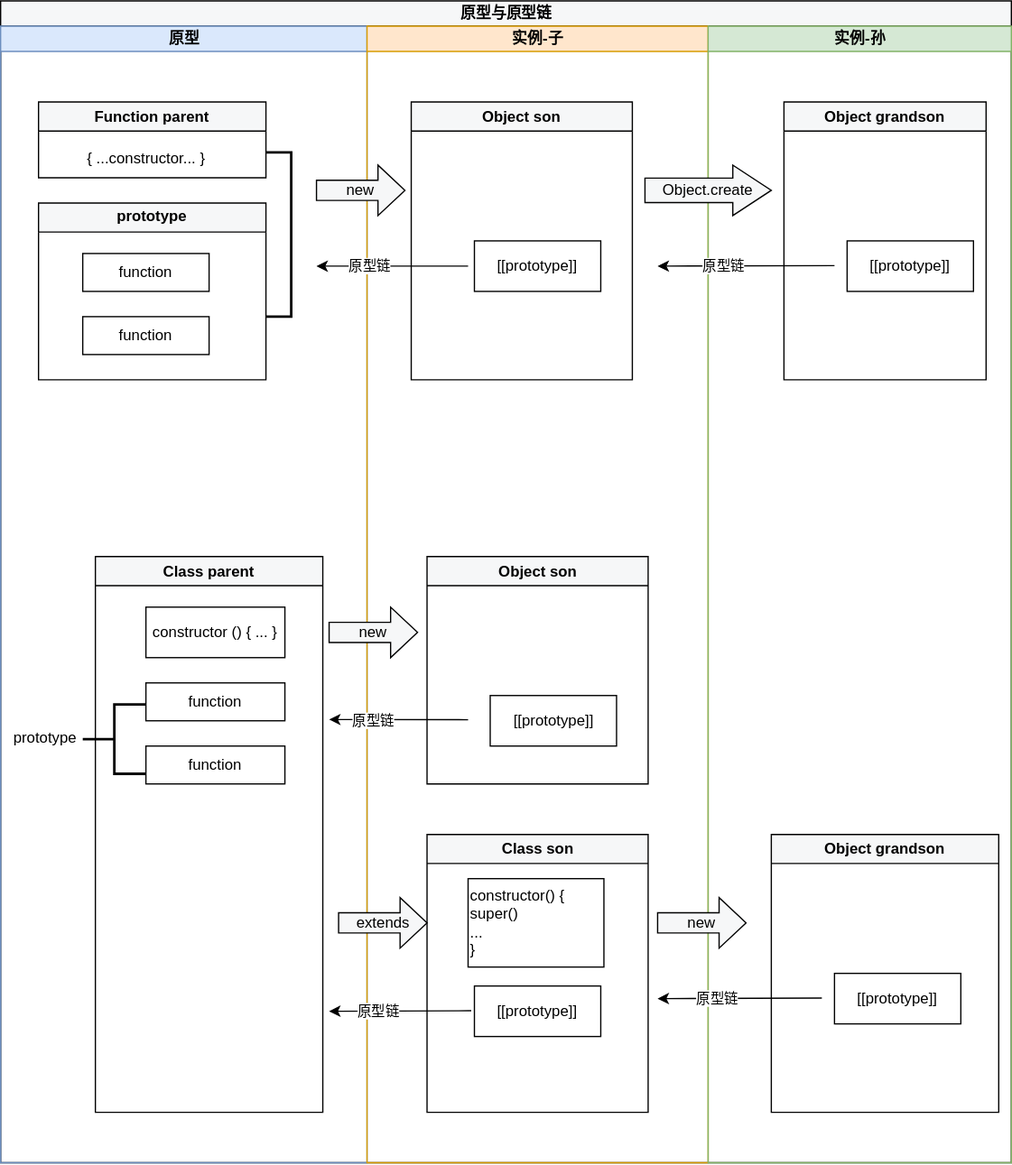
hanwei808/Planner keeps this draw.io diagram as client/src/views/JavaScript/06.原型与原型链/index.drawio.svg. Above is the earlier version. Source tidied: cells renumbered, new cells last; positions are measured from the earlier drawing's top-left corner, leaving out a move shared by most shapes.
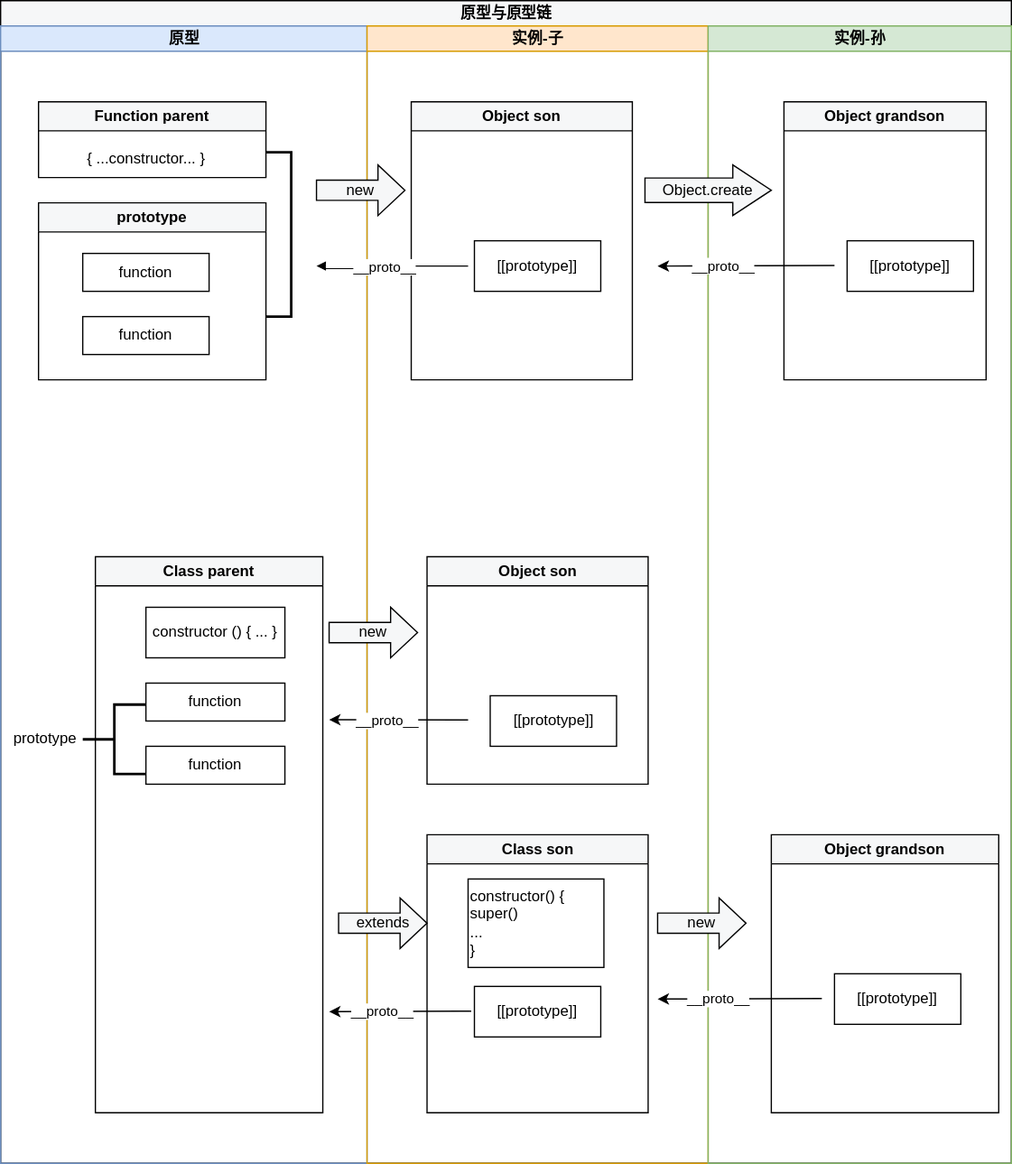
The same file after the commit.

Diff of the diagram source:
```diff
@@ -71,9 +71,9 @@
         <mxPoint x="-77.5" y="129" as="targetPoint" />
       </mxGeometry>
     </mxCell>
-    <mxCell id="24" value="原型链" style="edgeLabel;html=1;align=center;verticalAlign=middle;" parent="23" vertex="1">
+    <mxCell id="24" value="__proto__" style="edgeLabel;html=1;align=center;verticalAlign=middle;" parent="23" vertex="1">
       <mxGeometry x="-0.39" y="-1" relative="1" as="geometry">
-        <mxPoint x="-42" y="1" as="offset" />
+        <mxPoint x="-32" y="1" as="offset" />
       </mxGeometry>
     </mxCell>
     <mxCell id="25" value="extends" style="shape=singleArrow;whiteSpace=wrap;html=1;fillColor=#f6f7f8;arrowWidth=0.3999999999999986;arrowSize=0.3047619047619045;" parent="16" vertex="1">
@@ -94,9 +94,9 @@
         <mxPoint x="-30" y="780" as="targetPoint" />
       </mxGeometry>
     </mxCell>
-    <mxCell id="30" value="原型链" style="edgeLabel;html=1;align=center;verticalAlign=middle;" parent="29" vertex="1">
+    <mxCell id="30" value="__proto__" style="edgeLabel;html=1;align=center;verticalAlign=middle;" parent="29" vertex="1">
       <mxGeometry x="0.08" relative="1" as="geometry">
-        <mxPoint x="-13" as="offset" />
+        <mxPoint x="-10" as="offset" />
       </mxGeometry>
     </mxCell>
     <mxCell id="31" value="实例-孙" style="swimlane;startSize=20;html=1;fillColor=#d5e8d4;strokeColor=#82b366;" parent="2" vertex="1">
@@ -114,7 +114,7 @@
         <mxPoint x="-100" y="130" as="targetPoint" />
       </mxGeometry>
     </mxCell>
-    <mxCell id="35" value="原型链" style="edgeLabel;html=1;align=center;verticalAlign=middle;" parent="34" vertex="1">
+    <mxCell id="35" value="__proto__" style="edgeLabel;html=1;align=center;verticalAlign=middle;" parent="34" vertex="1">
       <mxGeometry x="0.08" relative="1" as="geometry">
         <mxPoint x="-13" as="offset" />
       </mxGeometry>
@@ -134,7 +134,7 @@
         <mxPoint x="-90" y="130" as="targetPoint" />
       </mxGeometry>
     </mxCell>
-    <mxCell id="40" value="原型链" style="edgeLabel;html=1;align=center;verticalAlign=middle;" parent="39" vertex="1">
+    <mxCell id="40" value="__proto__" style="edgeLabel;html=1;align=center;verticalAlign=middle;" parent="39" vertex="1">
       <mxGeometry x="0.08" relative="1" as="geometry">
         <mxPoint x="-13" as="offset" />
       </mxGeometry>
@@ -148,7 +148,7 @@
         <mxPoint x="250" y="210" as="targetPoint" />
       </mxGeometry>
     </mxCell>
-    <mxCell id="43" value="原型链" style="edgeLabel;html=1;align=center;verticalAlign=middle;" parent="42" vertex="1">
+    <mxCell id="43" value="——__proto__" style="edgeLabel;html=1;align=center;verticalAlign=middle;" parent="42" vertex="1">
       <mxGeometry x="-0.39" y="-1" relative="1" as="geometry">
         <mxPoint x="-42" y="1" as="offset" />
       </mxGeometry>
```
